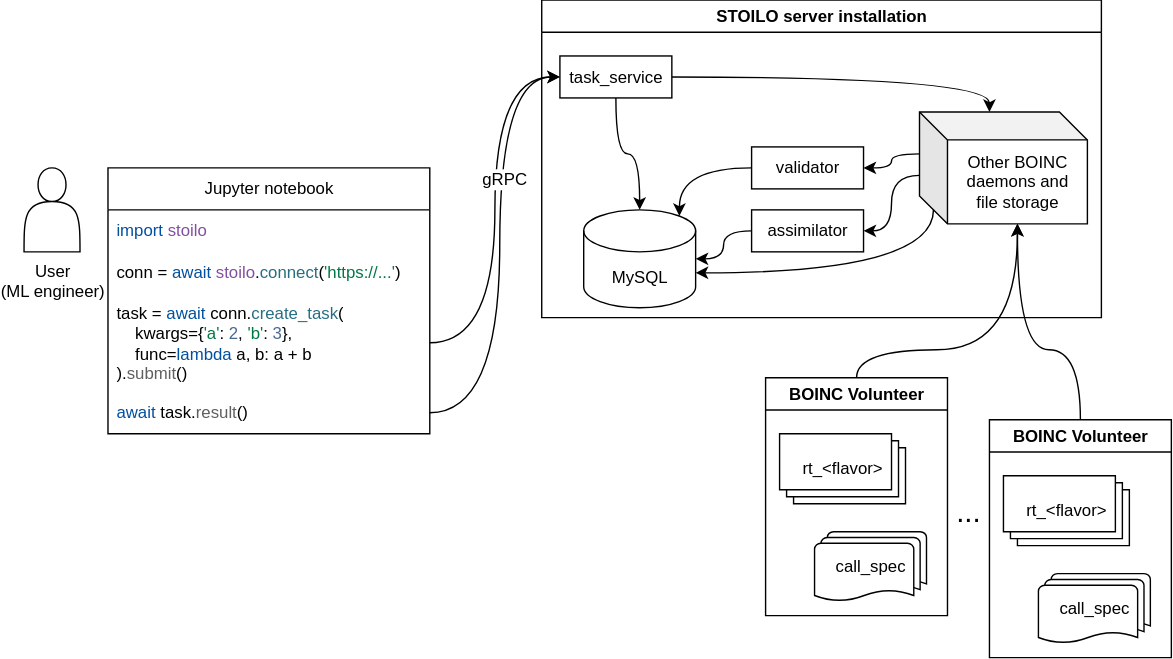
The draw.io diagram text/figures/stoilo_overall.drawio.svg in sermir2003/stoilo, before a commit. Source tidied: cells renumbered, new cells last; positions are measured from the earlier drawing's top-left corner, leaving out a move shared by most shapes.
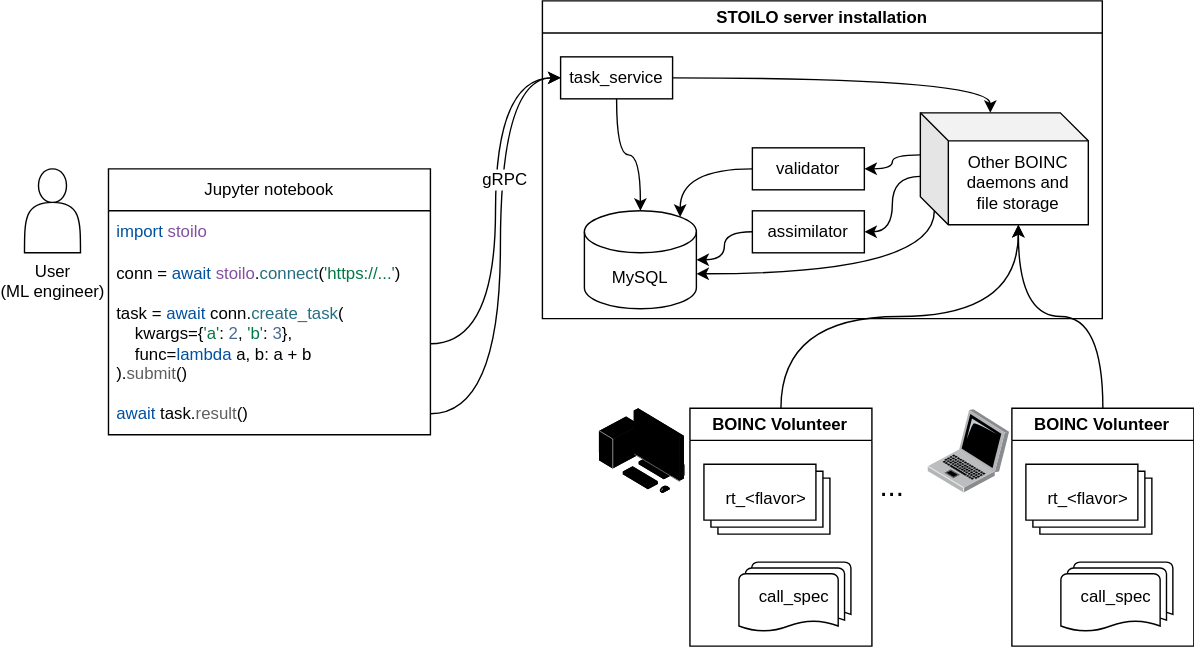
After the change.

Change to the diagram source:
```diff
@@ -75,7 +75,7 @@
       <mxGeometry x="0.16" y="-6" relative="1" as="geometry" />
     </mxCell>
     <mxCell id="23" value="BOINC Volunteer" style="swimlane;whiteSpace=wrap;html=1;" parent="1" vertex="1">
-      <mxGeometry x="530" y="270" width="130" height="170" as="geometry" />
+      <mxGeometry x="475.4" y="291" width="130" height="170" as="geometry" />
     </mxCell>
     <mxCell id="24" value="rt_&amp;lt;flavor&amp;gt;" style="verticalLabelPosition=middle;verticalAlign=middle;html=1;shape=mxgraph.basic.layered_rect;dx=10;whiteSpace=wrap;labelPosition=center;align=center;" parent="23" vertex="1">
       <mxGeometry x="10" y="40" width="90" height="50" as="geometry" />
@@ -84,7 +84,7 @@
       <mxGeometry x="35" y="110" width="80" height="50" as="geometry" />
     </mxCell>
     <mxCell id="26" value="BOINC Volunteer" style="swimlane;whiteSpace=wrap;html=1;" parent="1" vertex="1">
-      <mxGeometry x="690" y="300" width="130" height="170" as="geometry" />
+      <mxGeometry x="705.4" y="291" width="130" height="170" as="geometry" />
     </mxCell>
     <mxCell id="27" value="rt_&amp;lt;flavor&amp;gt;" style="verticalLabelPosition=middle;verticalAlign=middle;html=1;shape=mxgraph.basic.layered_rect;dx=10;whiteSpace=wrap;labelPosition=center;align=center;" parent="26" vertex="1">
       <mxGeometry x="10" y="40" width="90" height="50" as="geometry" />
@@ -92,24 +92,20 @@
     <mxCell id="28" value="call_spec" style="strokeWidth=1;html=1;shape=mxgraph.flowchart.multi-document;whiteSpace=wrap;" parent="26" vertex="1">
       <mxGeometry x="35" y="110" width="80" height="50" as="geometry" />
     </mxCell>
-    <mxCell id="29" style="rounded=0;jettySize=auto;html=1;exitX=0;exitY=0;exitDx=70;exitDy=80;exitPerimeter=0;entryX=0.5;entryY=0;entryDx=0;entryDy=0;edgeStyle=orthogonalEdgeStyle;curved=1;startArrow=classic;startFill=1;endArrow=none;endFill=0;" parent="1" edge="1" source="15" target="23">
-      <mxGeometry relative="1" as="geometry">
-        <Array as="points">
-          <mxPoint x="710" y="250" />
-          <mxPoint x="595" y="250" />
-        </Array>
-      </mxGeometry>
-    </mxCell>
-    <mxCell id="30" style="edgeStyle=orthogonalEdgeStyle;curved=1;rounded=0;jettySize=auto;html=1;exitX=0;exitY=0;exitDx=70;exitDy=80;exitPerimeter=0;entryX=0.5;entryY=0;entryDx=0;entryDy=0;startArrow=classic;startFill=1;endArrow=none;endFill=0;" parent="1" edge="1" source="15" target="26">
-      <mxGeometry relative="1" as="geometry">
-        <Array as="points">
-          <mxPoint x="710" y="250" />
-          <mxPoint x="755" y="250" />
-        </Array>
-      </mxGeometry>
-    </mxCell>
     <mxCell id="31" value="..." style="text;html=1;align=center;verticalAlign=middle;whiteSpace=wrap;rounded=0;fontSize=21;" parent="1" vertex="1">
-      <mxGeometry x="660" y="350" width="30" height="30" as="geometry" />
+      <mxGeometry x="605.4" y="331" width="30" height="30" as="geometry" />
     </mxCell>
+    <mxCell id="32" style="image;html=1;align=center;shadow=0;dashed=0;image=img/lib/allied_telesis/computer_and_terminals/Laptop.svg;" parent="1" vertex="1">
+      <mxGeometry x="644.3" y="291" width="61.1" height="62" as="geometry" />
+    </mxCell>
+    <mxCell id="33" style="image;html=1;align=center;shadow=0;dashed=0;image=img/lib/allied_telesis/computer_and_terminals/Personal_Computer_with_Server.svg;" parent="1" vertex="1">
+      <mxGeometry x="410" y="290.6" width="62.4" height="62.4" as="geometry" />
+    </mxCell>
+    <mxCell id="34" style="edgeStyle=orthogonalEdgeStyle;curved=1;rounded=0;jettySize=auto;html=1;exitX=0.5;exitY=0;exitDx=0;exitDy=0;entryX=0;entryY=0;entryDx=70;entryDy=80;entryPerimeter=0;" parent="1" edge="1" source="23" target="15">
+      <mxGeometry relative="1" as="geometry" />
+    </mxCell>
+    <mxCell id="35" style="edgeStyle=orthogonalEdgeStyle;curved=1;rounded=0;jettySize=auto;html=1;exitX=0.5;exitY=0;exitDx=0;exitDy=0;entryX=0;entryY=0;entryDx=70;entryDy=80;entryPerimeter=0;" parent="1" edge="1" source="26" target="15">
+      <mxGeometry relative="1" as="geometry" />
+    </mxCell>
   </root>
 </mxGraphModel>
```
